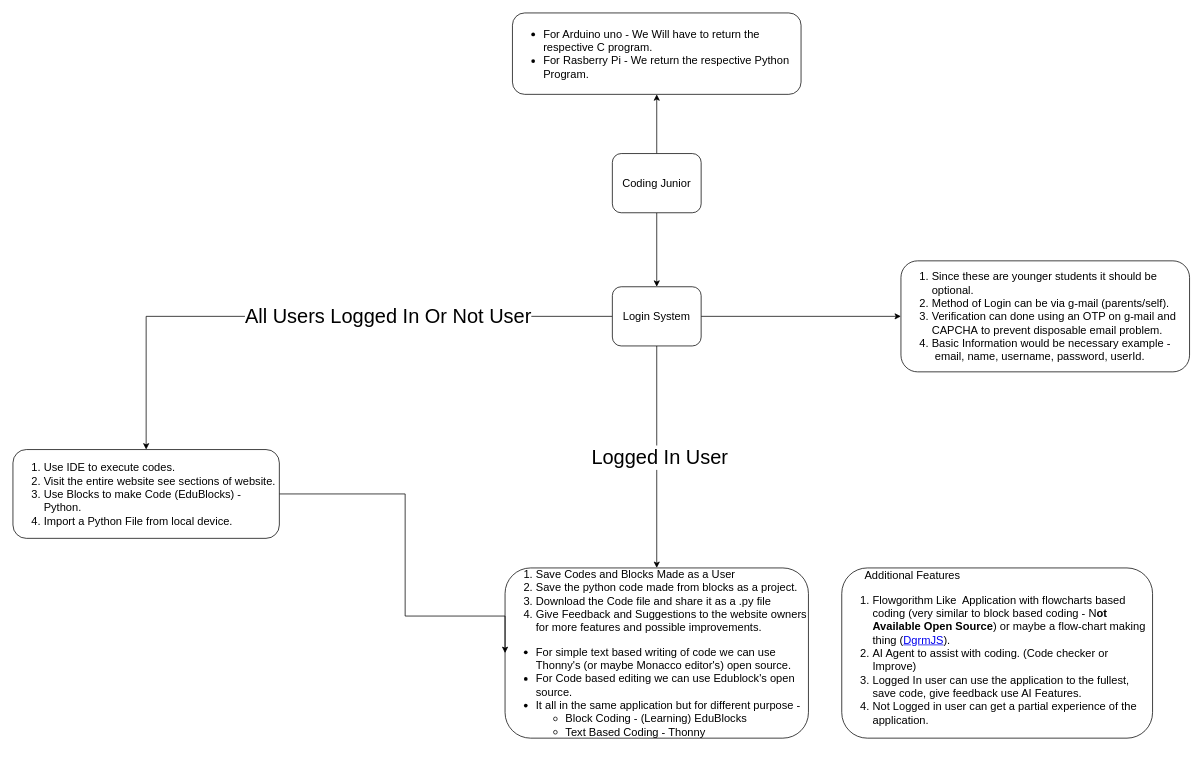
This is Untitled Diagram.drawio from MishraShardendu22-CP/Draw.io-ShardenduMishra, a draw.io file, before an edit. Source tidied: cells renumbered, new cells numbered last; positions are measured from the earlier drawing's top-left corner, leaving out a move shared by most shapes. Both pictures are drawn from the tidied source at 74%, with x=0, y=0 at pixel (13, 13).
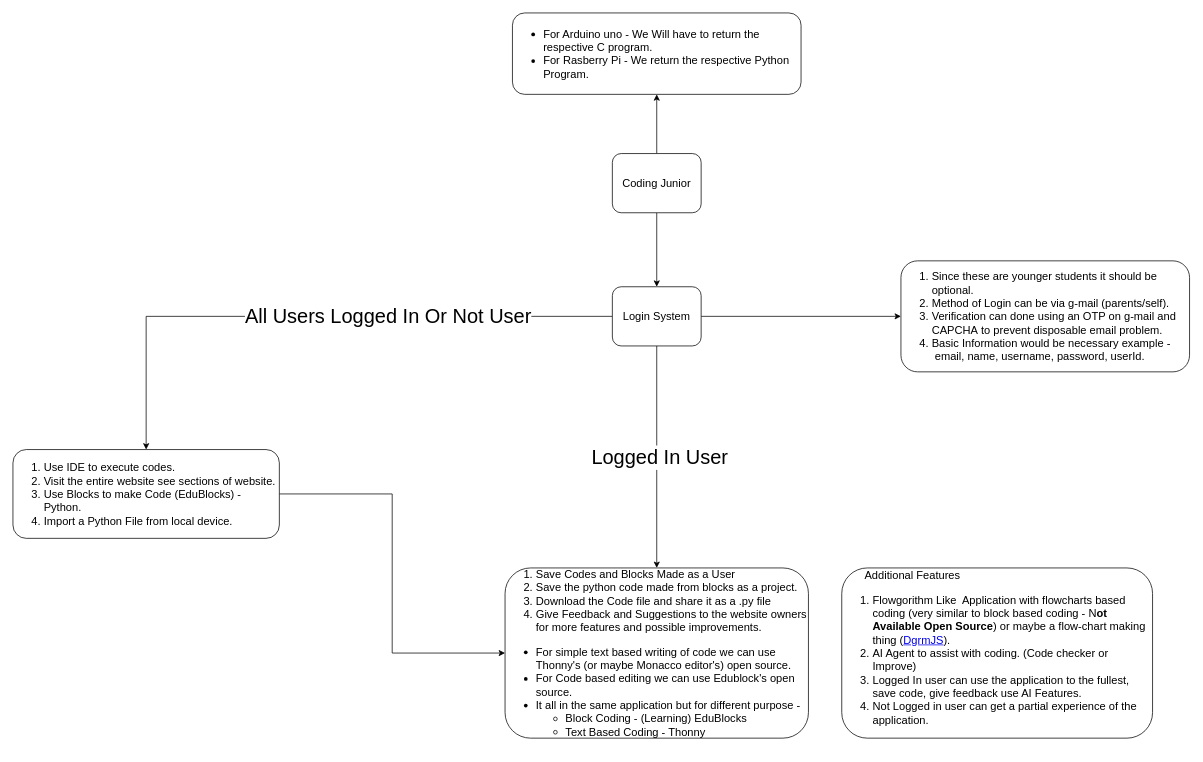
After the change.

Change to the diagram source:
```diff
@@
 <mxGraphModel>
   <root>
     <mxCell id="0" />
     <mxCell id="1" parent="0" />
     <mxCell id="2" style="edgeStyle=orthogonalEdgeStyle;rounded=0;jettySize=auto;html=1;" parent="1" edge="1" source="4" target="10">
       <mxGeometry relative="1" as="geometry" />
     </mxCell>
     <mxCell id="3" style="edgeStyle=orthogonalEdgeStyle;rounded=0;jettySize=auto;html=1;" parent="1" edge="1" source="4" target="15">
       <mxGeometry relative="1" as="geometry" />
     </mxCell>
     <mxCell id="4" value="Coding Junior" style="rounded=1;whiteSpace=wrap;html=1;fontSize=15;" parent="1" vertex="1">
       <mxGeometry x="810" y="190" width="120" height="80" as="geometry" />
     </mxCell>
     <mxCell id="5" style="edgeStyle=orthogonalEdgeStyle;rounded=0;jettySize=auto;html=1;" parent="1" edge="1" source="10" target="11">
       <mxGeometry relative="1" as="geometry" />
     </mxCell>
     <mxCell id="6" style="edgeStyle=orthogonalEdgeStyle;rounded=0;jettySize=auto;html=1;" parent="1" edge="1" source="10" target="12">
       <mxGeometry relative="1" as="geometry" />
     </mxCell>
     <mxCell id="7" value="Logged In User" style="edgeLabel;html=1;align=center;verticalAlign=middle;fontSize=27;" parent="6" vertex="1">
       <mxGeometry y="3" relative="1" as="geometry" />
     </mxCell>
     <mxCell id="8" style="edgeStyle=orthogonalEdgeStyle;rounded=0;jettySize=auto;html=1;" parent="1" edge="1" source="10" target="14">
       <mxGeometry relative="1" as="geometry" />
     </mxCell>
     <mxCell id="9" value="&lt;span style=&quot;font-size: 27px;&quot;&gt;All Users Logged In Or Not User&lt;/span&gt;" style="edgeLabel;html=1;align=center;verticalAlign=middle;" parent="8" vertex="1">
       <mxGeometry x="-0.25" y="-1" relative="1" as="geometry" />
     </mxCell>
     <mxCell id="10" value="Login System" style="rounded=1;whiteSpace=wrap;html=1;fontSize=15;" parent="1" vertex="1">
       <mxGeometry x="810" y="370" width="120" height="80" as="geometry" />
     </mxCell>
     <mxCell id="11" value="&lt;ol&gt;&lt;li&gt;Since these are younger students it should be optional.&lt;/li&gt;&lt;li&gt;Method of Login can be via g-mail (parents/self).&lt;/li&gt;&lt;li&gt;Verification can done using an OTP on g-mail and CAPCHA&lt;span style=&quot;text-align: center; background-color: transparent; color: light-dark(rgb(0, 0, 0), rgb(255, 255, 255));&quot;&gt;&amp;nbsp;to prevent disposable email problem.&lt;/span&gt;&lt;/li&gt;&lt;li&gt;&lt;span style=&quot;text-align: center; background-color: transparent; color: light-dark(rgb(0, 0, 0), rgb(255, 255, 255));&quot;&gt;Basic Information would be necessary example -&amp;nbsp; &amp;nbsp; &amp;nbsp;email, name, username, password, userId.&lt;/span&gt;&lt;/li&gt;&lt;/ol&gt;" style="rounded=1;whiteSpace=wrap;html=1;fontSize=15;align=left;" parent="1" vertex="1">
       <mxGeometry x="1200" y="335" width="390" height="150" as="geometry" />
     </mxCell>
     <mxCell id="12" value="&lt;ol&gt;&lt;li&gt;Save Codes and Blocks Made as a User&amp;nbsp;&lt;/li&gt;&lt;li&gt;Save the python code made from blocks as a project.&lt;/li&gt;&lt;li&gt;Download the Code file and share it as a .py file&lt;/li&gt;&lt;li&gt;Give Feedback and Suggestions to the website owners for more features and possible improvements.&lt;/li&gt;&lt;/ol&gt;&lt;div&gt;&lt;ul&gt;&lt;li&gt;For simple text based writing of code we can use Thonny's (or maybe Monacco editor's)&amp;nbsp;open source.&lt;/li&gt;&lt;li&gt;For Code based editing we can use Edublock's open source.&lt;/li&gt;&lt;li&gt;It all in the same application but for different purpose -&amp;nbsp;&lt;/li&gt;&lt;ul&gt;&lt;li&gt;Block Coding - (Learning) EduBlocks&lt;/li&gt;&lt;li&gt;Text Based Coding - Thonny&amp;nbsp;&lt;/li&gt;&lt;/ul&gt;&lt;/ul&gt;&lt;/div&gt;" style="whiteSpace=wrap;html=1;fontSize=15;rounded=1;align=left;" parent="1" vertex="1">
       <mxGeometry x="665" y="750" width="410" height="230" as="geometry" />
     </mxCell>
-    <mxCell id="13" style="edgeStyle=orthogonalEdgeStyle;rounded=0;jettySize=auto;html=1;exitX=1;exitY=0.5;exitDx=0;exitDy=0;entryX=0;entryY=0.5;entryDx=0;entryDy=0;" parent="1" edge="1" source="14" target="12">
-      <mxGeometry relative="1" as="geometry">
-        <Array as="points">
-          <mxPoint x="530" y="650" />
-          <mxPoint x="530" y="815" />
-        </Array>
-      </mxGeometry>
+    <mxCell id="13" style="edgeStyle=orthogonalEdgeStyle;rounded=0;jettySize=auto;html=1;entryX=0;entryY=0.5;entryDx=0;entryDy=0;" parent="1" edge="1" source="14" target="12">
+      <mxGeometry relative="1" as="geometry" />
     </mxCell>
     <mxCell id="14" value="&lt;ol&gt;&lt;li&gt;Use IDE to execute codes.&lt;/li&gt;&lt;li&gt;Visit the entire website see sections of website.&lt;/li&gt;&lt;li&gt;Use Blocks to make Code (EduBlocks) - Python.&lt;/li&gt;&lt;li&gt;Import a Python File from local device.&lt;/li&gt;&lt;/ol&gt;" style="whiteSpace=wrap;html=1;fontSize=15;rounded=1;align=left;" parent="1" vertex="1">
       <mxGeometry y="590" width="360" height="120" as="geometry" />
     </mxCell>
     <mxCell id="15" value="&lt;ul&gt;&lt;li&gt;For Arduino uno -&amp;nbsp;&lt;span style=&quot;background-color: transparent; color: light-dark(rgb(0, 0, 0), rgb(255, 255, 255));&quot;&gt;We Will have to return the respective C program.&lt;/span&gt;&lt;/li&gt;&lt;li&gt;&lt;span style=&quot;background-color: transparent; color: light-dark(rgb(0, 0, 0), rgb(255, 255, 255));&quot;&gt;For Rasberry Pi - We return the respective Python Program.&amp;nbsp;&lt;/span&gt;&lt;/li&gt;&lt;/ul&gt;" style="rounded=1;whiteSpace=wrap;html=1;fontSize=15;align=left;" parent="1" vertex="1">
       <mxGeometry x="675" width="390" height="110" as="geometry" />
     </mxCell>
     <mxCell id="16" value="&lt;div&gt;&amp;nbsp; &amp;nbsp; &amp;nbsp; &amp;nbsp;Additional Features&amp;nbsp;&lt;/div&gt;&lt;div&gt;&lt;ol&gt;&lt;li&gt;Flowgorithm Like&amp;nbsp; Application with flowcharts based coding (very similar to block based coding - N&lt;b&gt;ot Available Open Source&lt;/b&gt;) or maybe a flow-chart making thing (&lt;a href=&quot;https://github.com/AlexeyBoiko/DgrmJS&quot;&gt;DgrmJS&lt;/a&gt;).&amp;nbsp;&amp;nbsp;&lt;/li&gt;&lt;li&gt;AI Agent to assist with coding. (Code checker or Improve)&lt;/li&gt;&lt;li&gt;Logged In user can use the application to the fullest, save code, give feedback use AI Features.&lt;/li&gt;&lt;li&gt;Not Logged in user can get a partial experience of the application.&amp;nbsp;&lt;/li&gt;&lt;/ol&gt;&lt;/div&gt;" style="whiteSpace=wrap;html=1;fontSize=15;rounded=1;align=left;" parent="1" vertex="1">
       <mxGeometry x="1120" y="750" width="420" height="230" as="geometry" />
     </mxCell>
   </root>
 </mxGraphModel>
```
